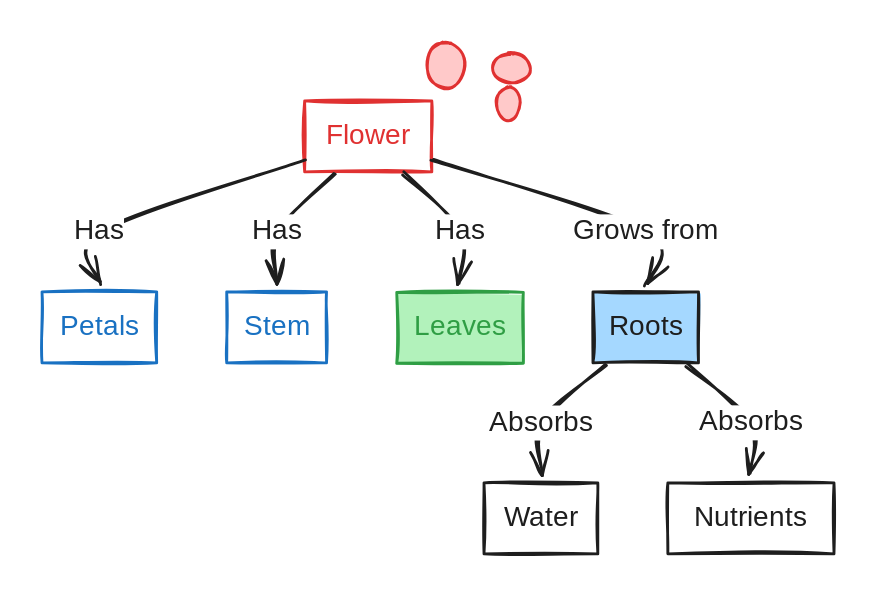
The Excalidraw diagram .gitbook/assets/file.excalidraw (3).svg in aikoii/testrepoGitBook, before a commit. Source tidied: one line per element, renumbered; positions are measured from the earlier drawing's top-left corner, leaving out a move shared by most shapes.
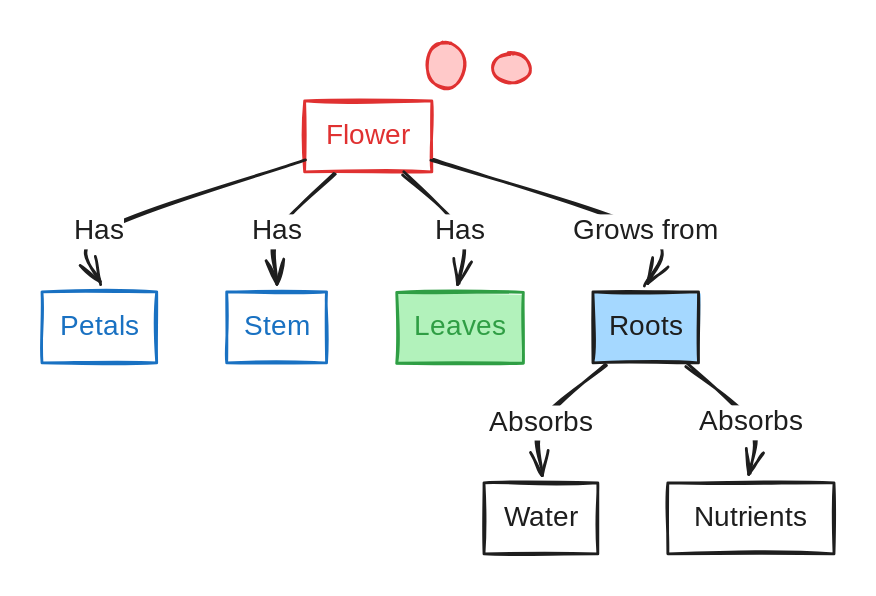
After the change.

The edit, as a diff of the source:
```diff
@@ -24,6 +24,5 @@
 {"id": 23, "type": "text", "text": "Grows from", "strokeColor": "#1e1e1e", "strokeWidth": 2, "roughness": 1, "fontSize": 20, "fontFamily": 1, "textAlign": "center", "verticalAlign": "middle", "inside": 10, "x": 376, "y": 123, "width": 111, "height": 25}
 {"id": 24, "type": "text", "text": "Absorbs", "strokeColor": "#1e1e1e", "strokeWidth": 2, "roughness": 1, "fontSize": 20, "fontFamily": 1, "textAlign": "center", "verticalAlign": "middle", "inside": 11, "x": 319, "y": 259, "width": 75, "height": 25}
 {"id": 25, "type": "text", "text": "Absorbs", "strokeColor": "#1e1e1e", "strokeWidth": 2, "roughness": 1, "fontSize": 20, "fontFamily": 1, "textAlign": "center", "verticalAlign": "middle", "inside": 12, "x": 469, "y": 259, "width": 75, "height": 25}
-{"id": 26, "type": "ellipse", "strokeColor": "#e03131", "backgroundColor": "#ffc9c9", "fillStyle": "solid", "strokeWidth": 2, "roughness": 1, "round": true, "x": 325, "y": 32, "width": 17, "height": 24}
 {"id": 27, "type": "ellipse", "strokeColor": "#e03131", "backgroundColor": "#ffc9c9", "fillStyle": "solid", "strokeWidth": 2, "roughness": 1, "round": true, "x": 322, "y": 8, "width": 27, "height": 21}
 {"id": 28, "type": "ellipse", "strokeColor": "#e03131", "backgroundColor": "#ffc9c9", "fillStyle": "solid", "strokeWidth": 2, "roughness": 1, "round": true, "x": 275, "y": 0, "width": 27, "height": 33}
```
